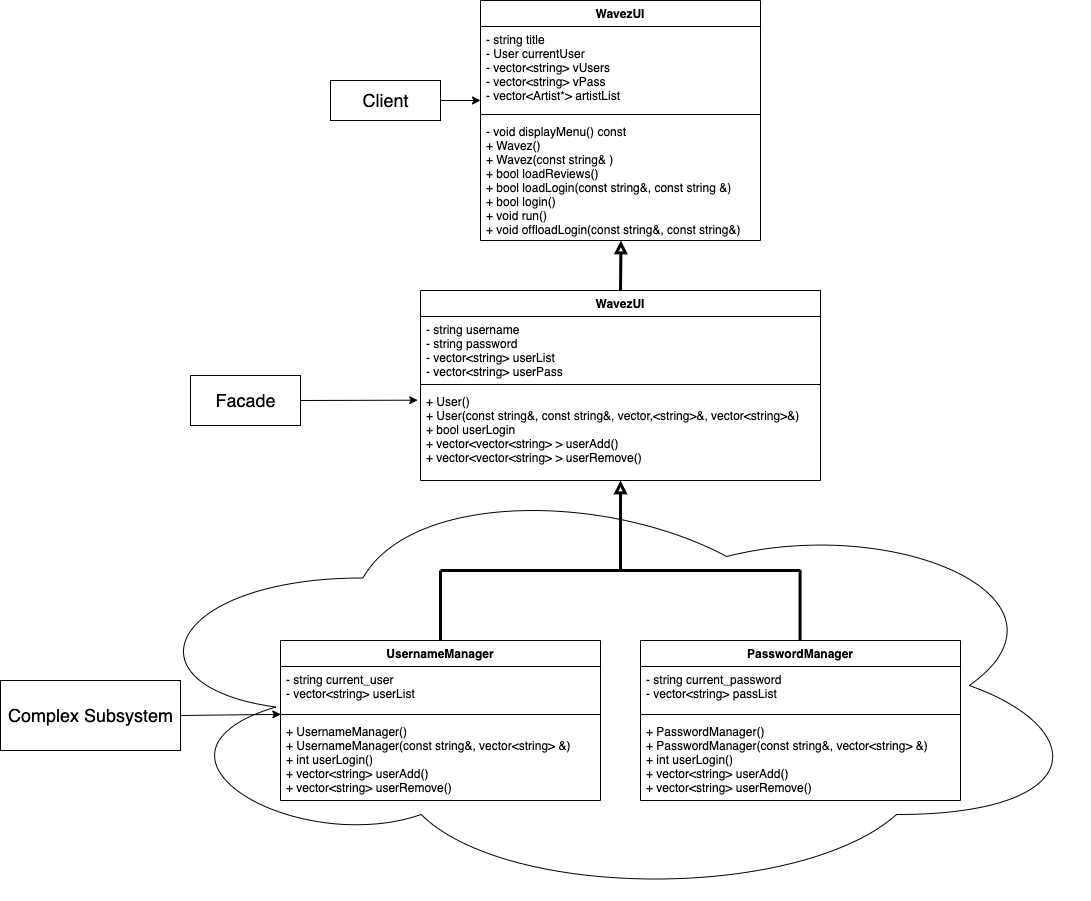
Above: images/Facade.png in Chrisdes-99/WavezProject (draw.io), before the change. Source tidied: cells renumbered, new cells last; positions are measured from the earlier drawing's top-left corner, leaving out a move shared by most shapes.
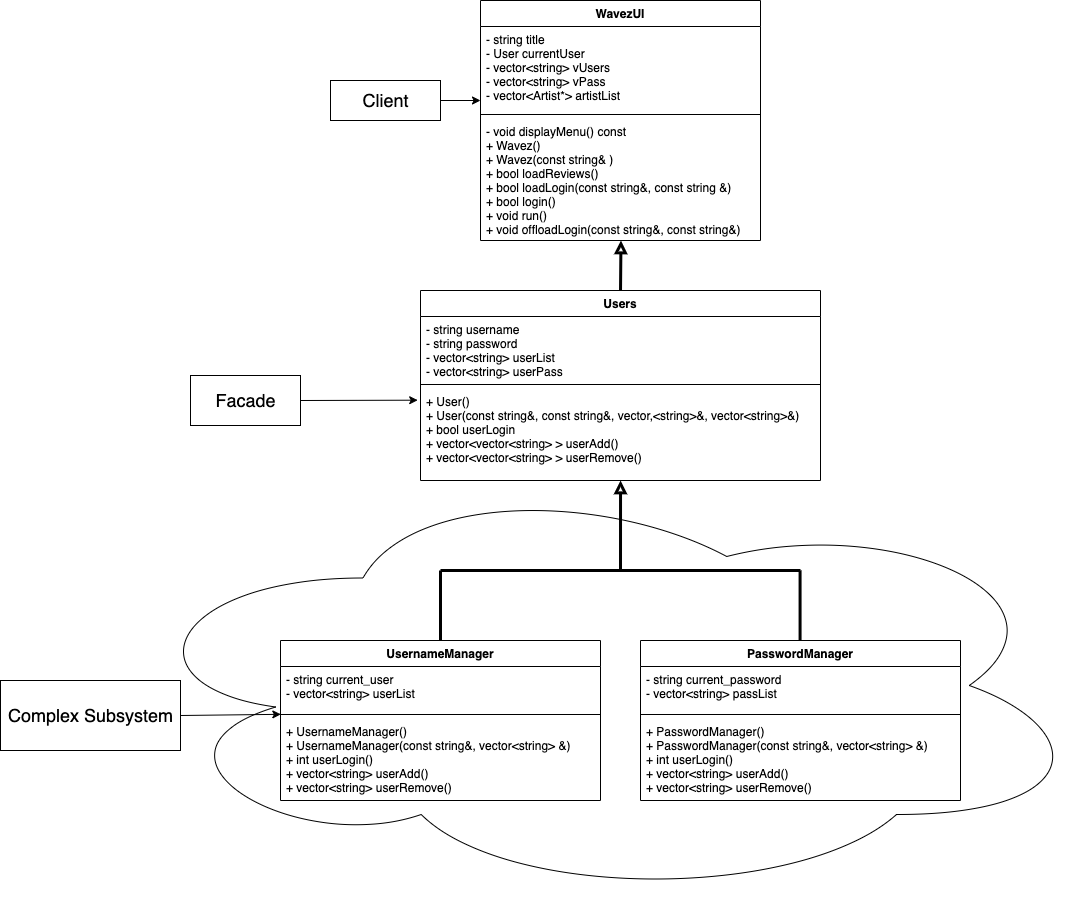
After the commit.

Commit message:
Updated Facade Diagram

Change to the diagram source:
```diff
@@ -43,7 +43,7 @@
         <mxPoint x="620.5" y="240" as="targetPoint" />
       </mxGeometry>
     </mxCell>
-    <mxCell id="14" value="WavezUI" style="swimlane;fontStyle=1;align=center;verticalAlign=top;horizontal=1;startSize=26;" parent="1" vertex="1">
+    <mxCell id="14" value="Users" style="swimlane;fontStyle=1;align=center;verticalAlign=top;horizontal=1;startSize=26;" parent="1" vertex="1">
       <mxGeometry x="420" y="290" width="400" height="190" as="geometry" />
     </mxCell>
     <mxCell id="15" value="- string username&#10;- string password&#10;- vector&lt;string&gt; userList&#10;- vector&lt;string&gt; userPass" style="text;strokeColor=none;fillColor=none;align=left;verticalAlign=top;spacingLeft=4;spacingRight=4;overflow=hidden;" parent="14" vertex="1">
```
